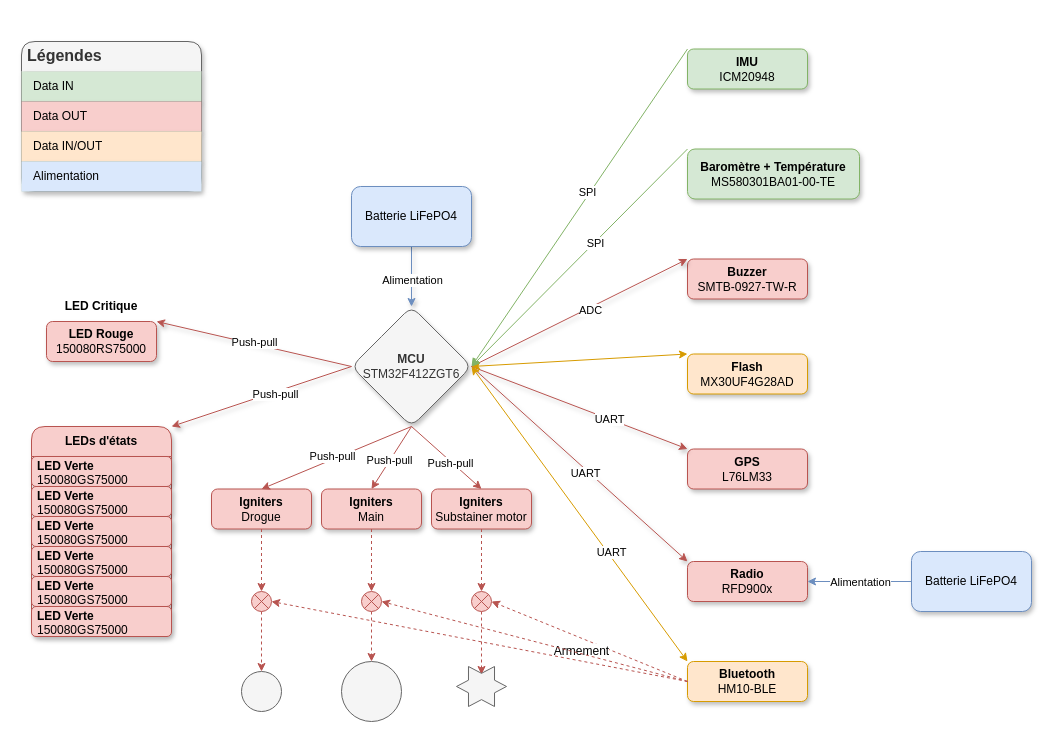
GAULAvionique2024-2025/Ordinateur-de-bord keeps this draw.io diagram as Documentation/ODB2/Composantes/Diagram_ODB2.drawio. Above is the earlier version. Source tidied: cells renumbered, new cells numbered last; positions are measured from the earlier drawing's top-left corner, leaving out a move shared by most shapes. Both pictures are drawn from the tidied source at 100%, with x=0, y=0 at pixel (21, 41).
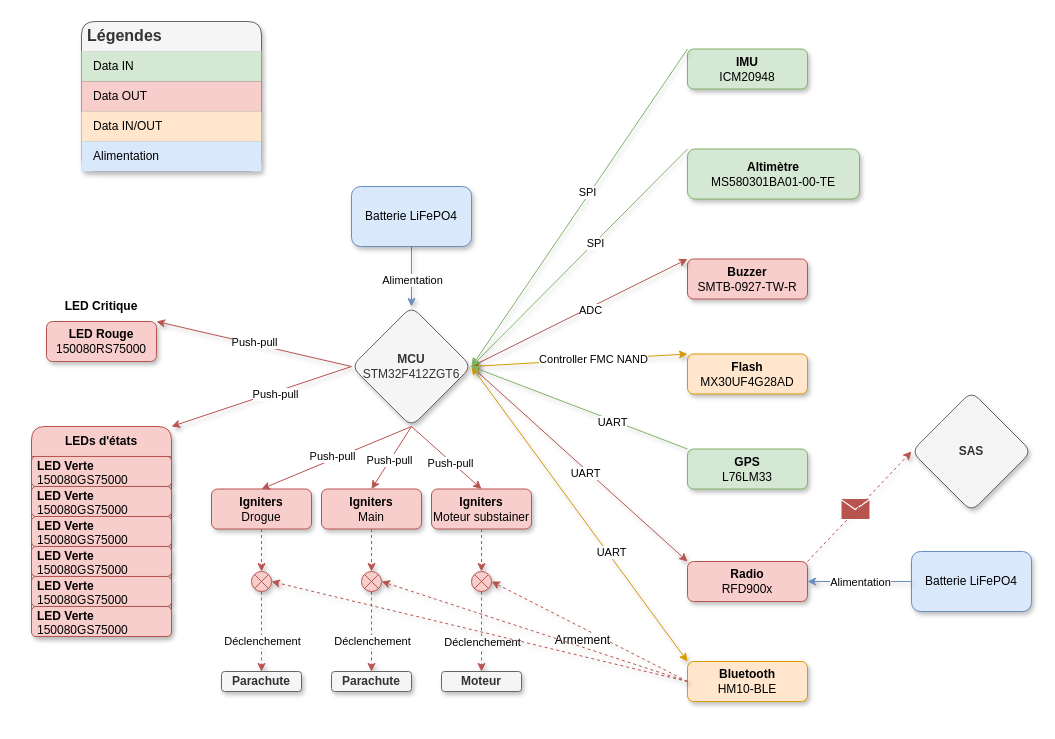
The same diagram, later.

Unchanged cells that the change refers to:
```xml
<mxCell id="2" value="&lt;b&gt;MCU&lt;/b&gt;&lt;div&gt;&lt;span style=&quot;background-color: initial;&quot;&gt;STM32F412ZGT6&lt;/span&gt;&lt;br&gt;&lt;/div&gt;" style="rhombus;whiteSpace=wrap;html=1;align=center;shadow=1;rounded=1;verticalAlign=middle;fillColor=#f5f5f5;fontColor=#333333;strokeColor=#666666;" parent="1" vertex="1">
  <mxGeometry x="330" y="265" width="120" height="120" as="geometry" />
</mxCell>
<mxCell id="3" value="&lt;b&gt;IMU&lt;/b&gt;&lt;div&gt;ICM20948&lt;br&gt;&lt;/div&gt;" style="rounded=1;whiteSpace=wrap;html=1;shadow=1;fillColor=#d5e8d4;strokeColor=#82b366;" parent="1" vertex="1">
  <mxGeometry x="666" y="7.5" width="120" height="40" as="geometry" />
</mxCell>
<mxCell id="5" value="&lt;div&gt;&lt;b&gt;Flash&lt;/b&gt;&lt;/div&gt;&lt;div&gt;MX30UF4G28AD&lt;br&gt;&lt;/div&gt;" style="rounded=1;whiteSpace=wrap;html=1;shadow=1;fillColor=#ffe6cc;strokeColor=#d79b00;" parent="1" vertex="1">
  <mxGeometry x="666" y="312.5" width="120" height="40" as="geometry" />
</mxCell>
<mxCell id="6" value="&lt;div&gt;&lt;b&gt;Radio&lt;/b&gt;&lt;/div&gt;&lt;div&gt;RFD900x&lt;/div&gt;" style="rounded=1;whiteSpace=wrap;html=1;shadow=1;fillColor=#f8cecc;strokeColor=#b85450;" parent="1" vertex="1">
  <mxGeometry x="666" y="520" width="120" height="40" as="geometry" />
</mxCell>
<mxCell id="9" value="Batterie LiFePO4" style="rounded=1;whiteSpace=wrap;html=1;shadow=1;fillColor=#dae8fc;strokeColor=#6c8ebf;" parent="1" vertex="1">
  <mxGeometry x="890" y="510" width="120" height="60" as="geometry" />
</mxCell>
<mxCell id="41" value="&lt;div&gt;&lt;b&gt;Bluetooth&lt;/b&gt;&lt;/div&gt;&lt;div&gt;HM10-&lt;span style=&quot;background-color: initial;&quot;&gt;BLE&lt;/span&gt;&lt;/div&gt;" style="rounded=1;whiteSpace=wrap;html=1;shadow=1;fillColor=#ffe6cc;strokeColor=#d79b00;" parent="1" vertex="1">
  <mxGeometry x="666" y="620" width="120" height="40" as="geometry" />
</mxCell>
<mxCell id="43" value="&lt;b&gt;Igniters&lt;/b&gt;&lt;div&gt;Drogue&lt;/div&gt;" style="rounded=1;whiteSpace=wrap;html=1;fillColor=#f8cecc;strokeColor=#b85450;shadow=1;" parent="1" vertex="1">
  <mxGeometry x="190" y="447.5" width="100" height="40" as="geometry" />
</mxCell>
<mxCell id="44" value="&lt;b&gt;Igniters&lt;/b&gt;&lt;div&gt;Main&lt;/div&gt;" style="rounded=1;whiteSpace=wrap;html=1;fillColor=#f8cecc;strokeColor=#b85450;shadow=1;" parent="1" vertex="1">
  <mxGeometry x="300" y="447.5" width="100" height="40" as="geometry" />
</mxCell>
```

The edit, as a diff of the source:
```diff
@@
-    <mxCell id="4" value="&lt;div&gt;&lt;b&gt;Baromètre + Température&lt;/b&gt;&lt;/div&gt;&lt;div&gt;MS580301BA01-00-TE&lt;br&gt;&lt;/div&gt;" style="rounded=1;whiteSpace=wrap;html=1;shadow=1;fillColor=#d5e8d4;strokeColor=#82b366;" parent="1" vertex="1">
+    <mxCell id="4" value="&lt;div&gt;&lt;b&gt;Altimètre&lt;/b&gt;&lt;/div&gt;&lt;div&gt;MS580301BA01-00-TE&lt;br&gt;&lt;/div&gt;" style="rounded=1;whiteSpace=wrap;html=1;shadow=1;fillColor=#d5e8d4;strokeColor=#82b366;" parent="1" vertex="1">
       <mxGeometry x="666" y="107.5" width="172" height="50" as="geometry" />
     </mxCell>
@@
-    <mxCell id="21" value="&lt;div&gt;&lt;b&gt;GPS&lt;/b&gt;&lt;/div&gt;&lt;div&gt;L76LM33&lt;/div&gt;" style="rounded=1;whiteSpace=wrap;html=1;shadow=1;fillColor=#f8cecc;strokeColor=#b85450;" parent="1" vertex="1">
+    <mxCell id="21" value="&lt;div&gt;&lt;b&gt;GPS&lt;/b&gt;&lt;/div&gt;&lt;div&gt;L76LM33&lt;/div&gt;" style="rounded=1;whiteSpace=wrap;html=1;shadow=1;fillColor=#d5e8d4;strokeColor=#82b366;" parent="1" vertex="1">
       <mxGeometry x="666" y="407.5" width="120" height="40" as="geometry" />
     </mxCell>
@@
-    <mxCell id="24" style="endArrow=classic;html=1;rounded=0;exitX=1;exitY=0.5;exitDx=0;exitDy=0;entryX=0;entryY=0;entryDx=0;entryDy=0;shadow=1;fillColor=#f8cecc;strokeColor=#b85450;" parent="1" edge="1" source="2" target="21">
-      <mxGeometry relative="1" as="geometry" />
-    </mxCell>
-    <mxCell id="25" value="UART" style="edgeLabel;html=1;align=center;verticalAlign=middle;" parent="24" vertex="1">
-      <mxGeometry x="0.38" y="1" relative="1" as="geometry">
-        <mxPoint x="-12" y="-4" as="offset" />
-      </mxGeometry>
-    </mxCell>
@@
     <mxCell id="32" value="Légendes" style="shape=table;startSize=30;childLayout=tableLayout;fontSize=16;align=left;verticalAlign=top;fillColor=#f5f5f5;strokeColor=#666666;fontStyle=1;spacingLeft=6;spacing=0;fontColor=#333333;shadow=1;rounded=1;swimlaneLine=0;" parent="1" vertex="1">
-      <mxGeometry width="180" height="150" as="geometry" />
+      <mxGeometry x="60" y="-20" width="180" height="150" as="geometry" />
     </mxCell>
@@
-    <mxCell id="42" style="endArrow=classic;startArrow=classic;html=1;rounded=0;entryX=0;entryY=0;entryDx=0;entryDy=0;exitX=1;exitY=0.5;exitDx=0;exitDy=0;fillColor=#ffe6cc;strokeColor=#d79b00;" parent="1" edge="1" source="2" target="5">
+    <mxCell id="42" style="endArrow=classic;startArrow=classic;html=1;rounded=0;entryX=0;entryY=0;entryDx=0;entryDy=0;exitX=1;exitY=0.5;exitDx=0;exitDy=0;fillColor=#ffe6cc;strokeColor=#d79b00;shadow=1;" parent="1" edge="1" source="2" target="5">
       <mxGeometry relative="1" as="geometry" />
     </mxCell>
+    <mxCell id="76" value="Controller FMC NAND" style="edgeLabel;html=1;align=center;verticalAlign=middle;" parent="42" vertex="1">
+      <mxGeometry x="0.13" relative="1" as="geometry" />
+    </mxCell>
@@
-    <mxCell id="45" value="&lt;b&gt;Igniters&lt;/b&gt;&lt;div&gt;Substainer motor&lt;/div&gt;" style="rounded=1;whiteSpace=wrap;html=1;fillColor=#f8cecc;strokeColor=#b85450;shadow=1;" parent="1" vertex="1">
+    <mxCell id="45" value="&lt;b&gt;Igniters&lt;/b&gt;&lt;div&gt;Moteur substainer&lt;/div&gt;" style="rounded=1;whiteSpace=wrap;html=1;fillColor=#f8cecc;strokeColor=#b85450;shadow=1;" parent="1" vertex="1">
       <mxGeometry x="410" y="447.5" width="100" height="40" as="geometry" />
     </mxCell>
-    <mxCell id="46" style="endArrow=classic;html=1;rounded=0;entryX=1;entryY=0.5;entryDx=0;entryDy=0;exitX=0;exitY=0;exitDx=0;exitDy=0;fillColor=#d5e8d4;strokeColor=#82b366;" parent="1" edge="1" source="4" target="2">
+    <mxCell id="46" style="endArrow=classic;html=1;rounded=0;entryX=1;entryY=0.5;entryDx=0;entryDy=0;exitX=0;exitY=0;exitDx=0;exitDy=0;fillColor=#d5e8d4;strokeColor=#82b366;shadow=1;" parent="1" edge="1" source="4" target="2">
       <mxGeometry relative="1" as="geometry" />
     </mxCell>
@@
-    <mxCell id="48" style="endArrow=classic;html=1;rounded=0;exitX=0;exitY=0;exitDx=0;exitDy=0;entryX=1;entryY=0.5;entryDx=0;entryDy=0;fillColor=#d5e8d4;strokeColor=#82b366;" parent="1" edge="1" source="3" target="2">
+    <mxCell id="48" style="endArrow=classic;html=1;rounded=0;exitX=0;exitY=0;exitDx=0;exitDy=0;entryX=1;entryY=0.5;entryDx=0;entryDy=0;fillColor=#d5e8d4;strokeColor=#82b366;shadow=1;" parent="1" edge="1" source="3" target="2">
       <mxGeometry relative="1" as="geometry" />
     </mxCell>
@@
-    <mxCell id="56" style="endArrow=classic;html=1;rounded=0;exitX=0.5;exitY=1;exitDx=0;exitDy=0;dashed=1;strokeColor=#b85450;fillColor=#f8cecc;entryX=0.5;entryY=0;entryDx=0;entryDy=0;" parent="1" edge="1" source="66" target="73">
+    <mxCell id="56" style="endArrow=classic;html=1;rounded=0;exitX=0.5;exitY=1;exitDx=0;exitDy=0;dashed=1;strokeColor=#b85450;fillColor=#f8cecc;entryX=0.5;entryY=0;entryDx=0;entryDy=0;shadow=1;" parent="1" edge="1" source="66" target="80">
       <mxGeometry relative="1" as="geometry" />
     </mxCell>
+    <mxCell id="77" value="Déclenchement" style="edgeLabel;html=1;align=center;verticalAlign=middle;" parent="56" vertex="1">
+      <mxGeometry x="-0.19" y="-1" relative="1" as="geometry">
+        <mxPoint x="1" y="17" as="offset" />
+      </mxGeometry>
+    </mxCell>
-    <mxCell id="57" style="endArrow=classic;html=1;rounded=0;exitX=0.5;exitY=1;exitDx=0;exitDy=0;dashed=1;strokeColor=#b85450;fillColor=#f8cecc;entryX=0.5;entryY=0;entryDx=0;entryDy=0;" parent="1" edge="1" source="64" target="74">
+    <mxCell id="57" style="endArrow=classic;html=1;rounded=0;exitX=0.5;exitY=1;exitDx=0;exitDy=0;dashed=1;strokeColor=#b85450;fillColor=#f8cecc;entryX=0.5;entryY=0;entryDx=0;entryDy=0;shadow=1;" parent="1" edge="1" source="64" target="81">
       <mxGeometry relative="1" as="geometry" />
     </mxCell>
+    <mxCell id="78" value="Déclenchement" style="edgeLabel;html=1;align=center;verticalAlign=middle;" parent="57" vertex="1">
+      <mxGeometry x="-0.29" y="-1" relative="1" as="geometry">
+        <mxPoint x="1" y="21" as="offset" />
+      </mxGeometry>
+    </mxCell>
-    <mxCell id="58" style="endArrow=classic;html=1;rounded=0;exitX=0.5;exitY=1;exitDx=0;exitDy=0;dashed=1;strokeColor=#b85450;fillColor=#f8cecc;entryX=0.5;entryY=0.2;entryDx=0;entryDy=0;entryPerimeter=0;" parent="1" edge="1" source="62" target="75">
+    <mxCell id="58" style="endArrow=classic;html=1;rounded=0;exitX=0.5;exitY=1;exitDx=0;exitDy=0;dashed=1;strokeColor=#b85450;fillColor=#f8cecc;entryX=0.5;entryY=0;entryDx=0;entryDy=0;shadow=1;" parent="1" edge="1" source="62" target="82">
       <mxGeometry relative="1" as="geometry" />
     </mxCell>
+    <mxCell id="79" value="Déclenchement" style="edgeLabel;html=1;align=center;verticalAlign=middle;" parent="58" vertex="1">
+      <mxGeometry x="0.28" y="-2" relative="1" as="geometry">
+        <mxPoint x="2" y="-1" as="offset" />
+      </mxGeometry>
+    </mxCell>
-    <mxCell id="59" style="endArrow=classic;html=1;rounded=0;exitX=0;exitY=0.5;exitDx=0;exitDy=0;entryX=1;entryY=0.5;entryDx=0;entryDy=0;fillColor=#dae8fc;strokeColor=#6c8ebf;" parent="1" edge="1" source="9" target="6">
+    <mxCell id="59" style="endArrow=classic;html=1;rounded=0;exitX=0;exitY=0.5;exitDx=0;exitDy=0;entryX=1;entryY=0.5;entryDx=0;entryDy=0;fillColor=#dae8fc;strokeColor=#6c8ebf;shadow=1;" parent="1" edge="1" source="9" target="6">
       <mxGeometry relative="1" as="geometry" />
     </mxCell>
@@
-    <mxCell id="61" style="endArrow=classic;html=1;rounded=0;exitX=0.5;exitY=1;exitDx=0;exitDy=0;dashed=1;strokeColor=#b85450;fillColor=#f8cecc;" parent="1" edge="1" source="45" target="62">
+    <mxCell id="61" style="endArrow=classic;html=1;rounded=0;exitX=0.5;exitY=1;exitDx=0;exitDy=0;dashed=1;strokeColor=#b85450;fillColor=#f8cecc;shadow=1;" parent="1" edge="1" source="45" target="62">
       <mxGeometry relative="1" as="geometry" />
     </mxCell>
-    <mxCell id="62" style="shape=sumEllipse;perimeter=ellipsePerimeter;whiteSpace=wrap;html=1;backgroundOutline=1;fillColor=#f8cecc;strokeColor=#b85450;" parent="1" vertex="1">
-      <mxGeometry x="450" y="550" width="20" height="20" as="geometry" />
+    <mxCell id="62" style="shape=sumEllipse;perimeter=ellipsePerimeter;whiteSpace=wrap;html=1;backgroundOutline=1;fillColor=#f8cecc;strokeColor=#b85450;shadow=1;" parent="1" vertex="1">
+      <mxGeometry x="450" y="530" width="20" height="20" as="geometry" />
     </mxCell>
-    <mxCell id="63" style="endArrow=classic;html=1;rounded=0;exitX=0.5;exitY=1;exitDx=0;exitDy=0;dashed=1;strokeColor=#b85450;fillColor=#f8cecc;" parent="1" edge="1" source="44" target="64">
+    <mxCell id="63" style="endArrow=classic;html=1;rounded=0;exitX=0.5;exitY=1;exitDx=0;exitDy=0;dashed=1;strokeColor=#b85450;fillColor=#f8cecc;shadow=1;" parent="1" edge="1" source="44" target="64">
       <mxGeometry relative="1" as="geometry" />
     </mxCell>
-    <mxCell id="64" style="shape=sumEllipse;perimeter=ellipsePerimeter;whiteSpace=wrap;html=1;backgroundOutline=1;fillColor=#f8cecc;strokeColor=#b85450;" parent="1" vertex="1">
-      <mxGeometry x="340" y="550" width="20" height="20" as="geometry" />
+    <mxCell id="64" style="shape=sumEllipse;perimeter=ellipsePerimeter;whiteSpace=wrap;html=1;backgroundOutline=1;fillColor=#f8cecc;strokeColor=#b85450;shadow=1;" parent="1" vertex="1">
+      <mxGeometry x="340" y="530" width="20" height="20" as="geometry" />
     </mxCell>
-    <mxCell id="65" style="endArrow=classic;html=1;rounded=0;exitX=0.5;exitY=1;exitDx=0;exitDy=0;dashed=1;strokeColor=#b85450;fillColor=#f8cecc;" parent="1" edge="1" source="43" target="66">
+    <mxCell id="65" style="endArrow=classic;html=1;rounded=0;exitX=0.5;exitY=1;exitDx=0;exitDy=0;dashed=1;strokeColor=#b85450;fillColor=#f8cecc;shadow=1;" parent="1" edge="1" source="43" target="66">
       <mxGeometry relative="1" as="geometry" />
     </mxCell>
-    <mxCell id="66" style="shape=sumEllipse;perimeter=ellipsePerimeter;whiteSpace=wrap;html=1;backgroundOutline=1;fillColor=#f8cecc;strokeColor=#b85450;" parent="1" vertex="1">
-      <mxGeometry x="230" y="550" width="20" height="20" as="geometry" />
+    <mxCell id="66" style="shape=sumEllipse;perimeter=ellipsePerimeter;whiteSpace=wrap;html=1;backgroundOutline=1;fillColor=#f8cecc;strokeColor=#b85450;shadow=1;" parent="1" vertex="1">
+      <mxGeometry x="230" y="530" width="20" height="20" as="geometry" />
     </mxCell>
-    <mxCell id="67" style="endArrow=classic;html=1;rounded=0;exitX=0;exitY=0.5;exitDx=0;exitDy=0;entryX=1;entryY=0.5;entryDx=0;entryDy=0;fillColor=#f8cecc;strokeColor=#b85450;dashed=1;" parent="1" edge="1" source="41" target="62">
+    <mxCell id="67" style="endArrow=classic;html=1;rounded=0;exitX=0;exitY=0.5;exitDx=0;exitDy=0;entryX=1;entryY=0.5;entryDx=0;entryDy=0;fillColor=#f8cecc;strokeColor=#b85450;dashed=1;shadow=1;" parent="1" edge="1" source="41" target="62">
       <mxGeometry relative="1" as="geometry" />
     </mxCell>
@@
-    <mxCell id="69" style="endArrow=classic;startArrow=classic;html=1;rounded=0;entryX=1;entryY=0.5;entryDx=0;entryDy=0;exitX=0;exitY=0;exitDx=0;exitDy=0;fillColor=#ffe6cc;strokeColor=#d79b00;" parent="1" edge="1" source="41" target="2">
+    <mxCell id="69" style="endArrow=classic;startArrow=classic;html=1;rounded=0;entryX=1;entryY=0.5;entryDx=0;entryDy=0;exitX=0;exitY=0;exitDx=0;exitDy=0;fillColor=#ffe6cc;strokeColor=#d79b00;shadow=1;" parent="1" edge="1" source="41" target="2">
       <mxGeometry relative="1" as="geometry" />
     </mxCell>
@@
-    <mxCell id="71" style="endArrow=classic;html=1;rounded=0;exitX=0;exitY=0.5;exitDx=0;exitDy=0;entryX=1;entryY=0.5;entryDx=0;entryDy=0;fillColor=#f8cecc;strokeColor=#b85450;dashed=1;" parent="1" edge="1" source="41" target="64">
+    <mxCell id="71" style="endArrow=classic;html=1;rounded=0;exitX=0;exitY=0.5;exitDx=0;exitDy=0;entryX=1;entryY=0.5;entryDx=0;entryDy=0;fillColor=#f8cecc;strokeColor=#b85450;dashed=1;shadow=1;" parent="1" edge="1" source="41" target="64">
       <mxGeometry relative="1" as="geometry" />
     </mxCell>
-    <mxCell id="72" style="endArrow=classic;html=1;rounded=0;exitX=0;exitY=0.5;exitDx=0;exitDy=0;entryX=1;entryY=0.5;entryDx=0;entryDy=0;fillColor=#f8cecc;strokeColor=#b85450;dashed=1;" parent="1" edge="1" source="41" target="66">
+    <mxCell id="72" style="endArrow=classic;html=1;rounded=0;exitX=0;exitY=0.5;exitDx=0;exitDy=0;entryX=1;entryY=0.5;entryDx=0;entryDy=0;fillColor=#f8cecc;strokeColor=#b85450;dashed=1;shadow=1;" parent="1" edge="1" source="41" target="66">
       <mxGeometry relative="1" as="geometry" />
     </mxCell>
-    <mxCell id="73" style="ellipse;whiteSpace=wrap;html=1;fillColor=#f5f5f5;fontColor=#333333;strokeColor=#666666;" parent="1" vertex="1">
-      <mxGeometry x="220" y="630" width="40" height="40" as="geometry" />
-    </mxCell>
-    <mxCell id="74" style="ellipse;whiteSpace=wrap;html=1;fillColor=#f5f5f5;fontColor=#333333;strokeColor=#666666;" parent="1" vertex="1">
-      <mxGeometry x="320" y="620" width="60" height="60" as="geometry" />
-    </mxCell>
-    <mxCell id="75" style="verticalLabelPosition=bottom;verticalAlign=top;html=1;shape=mxgraph.basic.6_point_star;fillColor=#f5f5f5;fontColor=#333333;strokeColor=#666666;" parent="1" vertex="1">
-      <mxGeometry x="435" y="625" width="50" height="40" as="geometry" />
-    </mxCell>
+    <mxCell id="80" value="&lt;b&gt;Parachute&lt;/b&gt;" style="rounded=1;whiteSpace=wrap;html=1;shadow=1;fillColor=#f5f5f5;fontColor=#333333;strokeColor=#666666;" parent="1" vertex="1">
+      <mxGeometry x="200" y="630" width="80" height="20" as="geometry" />
+    </mxCell>
+    <mxCell id="81" value="&lt;b&gt;Parachute&lt;/b&gt;" style="rounded=1;whiteSpace=wrap;html=1;shadow=1;fillColor=#f5f5f5;fontColor=#333333;strokeColor=#666666;" parent="1" vertex="1">
+      <mxGeometry x="310" y="630" width="80" height="20" as="geometry" />
+    </mxCell>
+    <mxCell id="82" value="&lt;b&gt;Moteur&lt;/b&gt;" style="rounded=1;whiteSpace=wrap;html=1;shadow=1;fillColor=#f5f5f5;fontColor=#333333;strokeColor=#666666;" parent="1" vertex="1">
+      <mxGeometry x="420" y="630" width="80" height="20" as="geometry" />
+    </mxCell>
+    <mxCell id="83" value="&lt;div&gt;&lt;b&gt;SAS&lt;/b&gt;&lt;/div&gt;" style="rhombus;whiteSpace=wrap;html=1;align=center;shadow=1;rounded=1;verticalAlign=middle;fillColor=#f5f5f5;fontColor=#333333;strokeColor=#666666;" parent="1" vertex="1">
+      <mxGeometry x="890" y="350" width="120" height="120" as="geometry" />
+    </mxCell>
+    <mxCell id="84" style="endArrow=classic;html=1;rounded=0;entryX=0;entryY=0.5;entryDx=0;entryDy=0;exitX=1;exitY=0;exitDx=0;exitDy=0;shadow=1;fillColor=#f8cecc;strokeColor=#b85450;dashed=1;" parent="1" edge="1" source="6" target="83">
+      <mxGeometry relative="1" as="geometry" />
+    </mxCell>
+    <mxCell id="85" style="endArrow=classic;html=1;rounded=0;entryX=1;entryY=0.5;entryDx=0;entryDy=0;exitX=0;exitY=0;exitDx=0;exitDy=0;fillColor=#d5e8d4;strokeColor=#82b366;shadow=1;" parent="1" edge="1" source="21" target="2">
+      <mxGeometry relative="1" as="geometry" />
+    </mxCell>
+    <mxCell id="25" value="UART" style="edgeLabel;html=1;align=center;verticalAlign=middle;" parent="85" vertex="1">
+      <mxGeometry x="-0.12" y="-2" relative="1" as="geometry">
+        <mxPoint x="19" y="11" as="offset" />
+      </mxGeometry>
+    </mxCell>
+    <mxCell id="86" style="sketch=0;shadow=0;dashed=0;html=1;strokeColor=#b85450;fillColor=#b85450;labelPosition=center;verticalLabelPosition=bottom;verticalAlign=top;align=center;shape=mxgraph.veeam2.letter;" parent="1" vertex="1">
+      <mxGeometry x="820" y="457.5" width="28" height="20" as="geometry" />
+    </mxCell>
```
